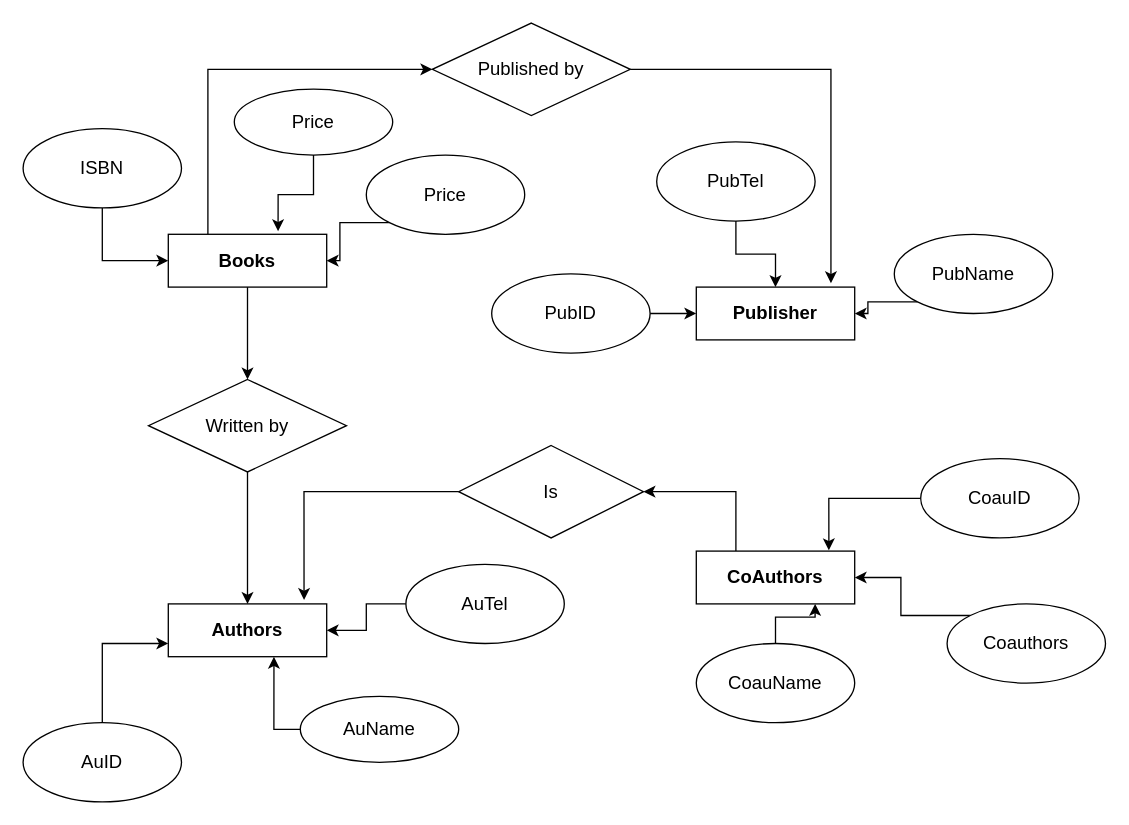
Above: libraryDB ERD.drawio in Navyn27/ER-Diagrams-class-task (draw.io), before the change. Source tidied: cells renumbered, new cells numbered last; positions are measured from the earlier drawing's top-left corner, leaving out a move shared by most shapes. Both pictures are drawn from the tidied source at 132%, with x=0, y=0 at pixel (22, 22).
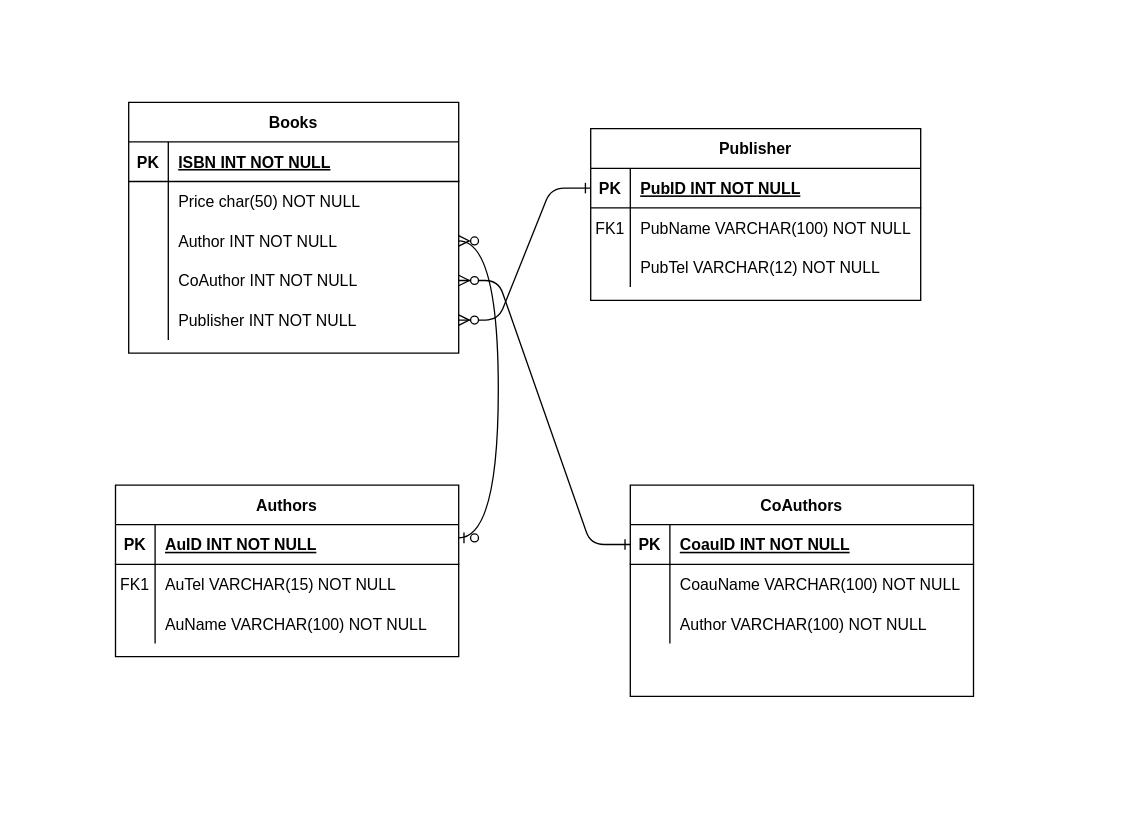
The same page after the edit.

The edit, as a diff of the source:
```diff
@@
-    <mxCell id="2" style="edgeStyle=orthogonalEdgeStyle;rounded=0;jettySize=auto;html=1;exitX=0.5;exitY=1;exitDx=0;exitDy=0;entryX=0.5;entryY=0;entryDx=0;entryDy=0;fontSize=14;" parent="1" edge="1" source="4" target="38">
-      <mxGeometry relative="1" as="geometry" />
-    </mxCell>
-    <mxCell id="3" style="edgeStyle=orthogonalEdgeStyle;rounded=0;jettySize=auto;html=1;exitX=0.25;exitY=0;exitDx=0;exitDy=0;entryX=0;entryY=0.5;entryDx=0;entryDy=0;fontSize=14;" parent="1" edge="1" source="4" target="36">
-      <mxGeometry relative="1" as="geometry" />
-    </mxCell>
+    <mxCell id="39" style="edgeStyle=entityRelationEdgeStyle;endArrow=ERzeroToMany;startArrow=ERone;endFill=1;startFill=0;exitX=0;exitY=0.5;exitDx=0;exitDy=0;entryX=1;entryY=0.5;entryDx=0;entryDy=0;" parent="1" edge="1" source="40" target="70">
+      <mxGeometry relative="1" as="geometry" />
+    </mxCell>
+    <mxCell id="5" value="Publisher" style="shape=table;startSize=30;childLayout=tableLayout;rowLines=0;fontStyle=1;align=center;" parent="1" vertex="1">
+      <mxGeometry x="430" y="80" width="250" height="130" as="geometry" />
+    </mxCell>
+    <mxCell id="40" style="shape=partialRectangle;fillColor=none;points=[[0,0.5],[1,0.5]];portConstraint=eastwest;top=0;left=0;right=0;bottom=1;" parent="5" vertex="1">
+      <mxGeometry y="30" width="250" height="30" as="geometry" />
+    </mxCell>
+    <mxCell id="41" value="PK" style="shape=partialRectangle;overflow=hidden;fillColor=none;top=0;left=0;bottom=0;right=0;fontStyle=1;" parent="40" vertex="1">
+      <mxGeometry width="30" height="30" as="geometry" />
+    </mxCell>
+    <mxCell id="42" value="PubID INT NOT NULL " style="shape=partialRectangle;overflow=hidden;fillColor=none;top=0;left=0;bottom=0;right=0;align=left;spacingLeft=6;fontStyle=5;" parent="40" vertex="1">
+      <mxGeometry x="30" width="220" height="30" as="geometry" />
+    </mxCell>
+    <mxCell id="43" style="shape=partialRectangle;fillColor=none;top=0;left=0;right=0;bottom=0;" parent="5" vertex="1">
+      <mxGeometry y="60" width="250" height="30" as="geometry" />
+    </mxCell>
+    <mxCell id="44" value="FK1" style="shape=partialRectangle;overflow=hidden;fillColor=none;top=0;left=0;bottom=0;right=0;" parent="43" vertex="1">
+      <mxGeometry width="30" height="30" as="geometry" />
+    </mxCell>
+    <mxCell id="45" value="PubName VARCHAR(100) NOT NULL" style="shape=partialRectangle;overflow=hidden;fillColor=none;top=0;left=0;bottom=0;right=0;align=left;spacingLeft=6;" parent="43" vertex="1">
+      <mxGeometry x="30" width="220" height="30" as="geometry" />
+    </mxCell>
+    <mxCell id="46" style="shape=partialRectangle;fillColor=none;top=0;left=0;right=0;bottom=0;" parent="5" vertex="1">
+      <mxGeometry y="90" width="250" height="30" as="geometry" />
+    </mxCell>
+    <mxCell id="47" style="shape=partialRectangle;overflow=hidden;fillColor=none;top=0;left=0;bottom=0;right=0;" parent="46" vertex="1">
+      <mxGeometry width="30" height="30" as="geometry" />
+    </mxCell>
+    <mxCell id="48" value="PubTel VARCHAR(12) NOT NULL" style="shape=partialRectangle;overflow=hidden;fillColor=none;top=0;left=0;bottom=0;right=0;align=left;spacingLeft=6;" parent="46" vertex="1">
+      <mxGeometry x="30" width="220" height="30" as="geometry" />
+    </mxCell>
+    <mxCell id="8" value="CoAuthors" style="shape=table;startSize=30;childLayout=tableLayout;rowLines=0;fontStyle=1;align=center;" parent="1" vertex="1">
+      <mxGeometry x="460" y="350" width="260" height="160" as="geometry" />
+    </mxCell>
+    <mxCell id="49" style="shape=partialRectangle;fillColor=none;points=[[0,0.5],[1,0.5]];portConstraint=eastwest;top=0;left=0;right=0;bottom=1;" parent="8" vertex="1">
+      <mxGeometry y="30" width="260" height="30" as="geometry" />
+    </mxCell>
+    <mxCell id="50" value="PK" style="shape=partialRectangle;overflow=hidden;fillColor=none;top=0;left=0;bottom=0;right=0;fontStyle=1;" parent="49" vertex="1">
+      <mxGeometry width="30" height="30" as="geometry" />
+    </mxCell>
+    <mxCell id="51" value="CoauID INT NOT NULL " style="shape=partialRectangle;overflow=hidden;fillColor=none;top=0;left=0;bottom=0;right=0;align=left;spacingLeft=6;fontStyle=5;" parent="49" vertex="1">
+      <mxGeometry x="30" width="230" height="30" as="geometry" />
+    </mxCell>
+    <mxCell id="52" style="shape=partialRectangle;fillColor=none;top=0;left=0;right=0;bottom=0;" parent="8" vertex="1">
+      <mxGeometry y="60" width="260" height="30" as="geometry" />
+    </mxCell>
+    <mxCell id="53" style="shape=partialRectangle;overflow=hidden;fillColor=none;top=0;left=0;bottom=0;right=0;" parent="52" vertex="1">
+      <mxGeometry width="30" height="30" as="geometry" />
+    </mxCell>
+    <mxCell id="54" value="CoauName VARCHAR(100) NOT NULL" style="shape=partialRectangle;overflow=hidden;fillColor=none;top=0;left=0;bottom=0;right=0;align=left;spacingLeft=6;" parent="52" vertex="1">
+      <mxGeometry x="30" width="230" height="30" as="geometry" />
+    </mxCell>
+    <mxCell id="55" style="shape=partialRectangle;fillColor=none;top=0;left=0;right=0;bottom=0;" parent="8" vertex="1">
+      <mxGeometry y="90" width="260" height="30" as="geometry" />
+    </mxCell>
+    <mxCell id="56" style="shape=partialRectangle;overflow=hidden;fillColor=none;top=0;left=0;bottom=0;right=0;" parent="55" vertex="1">
+      <mxGeometry width="30" height="30" as="geometry" />
+    </mxCell>
+    <mxCell id="57" value="Author VARCHAR(100) NOT NULL" style="shape=partialRectangle;overflow=hidden;fillColor=none;top=0;left=0;bottom=0;right=0;align=left;spacingLeft=6;" parent="55" vertex="1">
+      <mxGeometry x="30" width="230" height="30" as="geometry" />
+    </mxCell>
-    <mxCell id="4" value="&lt;b&gt;&lt;font style=&quot;font-size: 14px&quot;&gt;Books&lt;/font&gt;&lt;/b&gt;" style="rounded=0;whiteSpace=wrap;html=1;" parent="1" vertex="1">
-      <mxGeometry x="110" y="160" width="120" height="40" as="geometry" />
+    <mxCell id="4" value="Books" style="shape=table;startSize=30;childLayout=tableLayout;rowLines=0;fontStyle=1;align=center;" parent="1" vertex="1">
+      <mxGeometry x="80" y="60" width="250" height="190" as="geometry" />
     </mxCell>
-    <mxCell id="5" value="&lt;b&gt;&lt;font style=&quot;font-size: 14px&quot;&gt;Publisher&lt;/font&gt;&lt;/b&gt;" style="rounded=0;whiteSpace=wrap;html=1;" parent="1" vertex="1">
-      <mxGeometry x="510" y="200" width="120" height="40" as="geometry" />
-    </mxCell>
+    <mxCell id="58" style="shape=partialRectangle;fillColor=none;top=0;left=0;right=0;bottom=1;" parent="4" vertex="1">
+      <mxGeometry y="30" width="250" height="30" as="geometry" />
+    </mxCell>
+    <mxCell id="59" value="PK" style="shape=partialRectangle;overflow=hidden;fillColor=none;top=0;left=0;bottom=0;right=0;fontStyle=1;" parent="58" vertex="1">
+      <mxGeometry width="30" height="30" as="geometry" />
+    </mxCell>
+    <mxCell id="60" value="ISBN INT NOT NULL " style="shape=partialRectangle;overflow=hidden;fillColor=none;top=0;left=0;bottom=0;right=0;align=left;spacingLeft=6;fontStyle=5;" parent="58" vertex="1">
+      <mxGeometry x="30" width="220" height="30" as="geometry" />
+    </mxCell>
+    <mxCell id="61" style="shape=partialRectangle;fillColor=none;top=0;left=0;right=0;bottom=0;" parent="4" vertex="1">
+      <mxGeometry y="60" width="250" height="30" as="geometry" />
+    </mxCell>
+    <mxCell id="62" style="shape=partialRectangle;overflow=hidden;fillColor=none;top=0;left=0;bottom=0;right=0;" parent="61" vertex="1">
+      <mxGeometry width="30" height="30" as="geometry" />
+    </mxCell>
+    <mxCell id="63" value="Price char(50) NOT NULL" style="shape=partialRectangle;overflow=hidden;fillColor=none;top=0;left=0;bottom=0;right=0;align=left;spacingLeft=6;" parent="61" vertex="1">
+      <mxGeometry x="30" width="220" height="30" as="geometry" />
+    </mxCell>
+    <mxCell id="64" style="shape=partialRectangle;fillColor=none;points=[[0,0.5],[1,0.5]];portConstraint=eastwest;top=0;left=0;right=0;bottom=0;" parent="4" vertex="1">
+      <mxGeometry y="90" width="250" height="30" as="geometry" />
+    </mxCell>
+    <mxCell id="65" style="shape=partialRectangle;overflow=hidden;fillColor=none;top=0;left=0;bottom=0;right=0;" parent="64" vertex="1">
+      <mxGeometry width="30" height="30" as="geometry" />
+    </mxCell>
+    <mxCell id="66" value="Author INT NOT NULL" style="shape=partialRectangle;overflow=hidden;fillColor=none;top=0;left=0;bottom=0;right=0;align=left;spacingLeft=6;" parent="64" vertex="1">
+      <mxGeometry x="30" width="220" height="30" as="geometry" />
+    </mxCell>
+    <mxCell id="67" style="shape=partialRectangle;fillColor=none;points=[[0,0.5],[1,0.5]];portConstraint=eastwest;top=0;left=0;right=0;bottom=0;" parent="4" vertex="1">
+      <mxGeometry y="120" width="250" height="30" as="geometry" />
+    </mxCell>
+    <mxCell id="68" style="shape=partialRectangle;overflow=hidden;fillColor=none;top=0;left=0;bottom=0;right=0;" parent="67" vertex="1">
+      <mxGeometry width="30" height="30" as="geometry" />
+    </mxCell>
+    <mxCell id="69" value="CoAuthor INT NOT NULL" style="shape=partialRectangle;overflow=hidden;fillColor=none;top=0;left=0;bottom=0;right=0;align=left;spacingLeft=6;" parent="67" vertex="1">
+      <mxGeometry x="30" width="220" height="30" as="geometry" />
+    </mxCell>
+    <mxCell id="70" style="shape=partialRectangle;fillColor=none;points=[[0,0.5],[1,0.5]];portConstraint=eastwest;top=0;left=0;right=0;bottom=0;" parent="4" vertex="1">
+      <mxGeometry y="150" width="250" height="30" as="geometry" />
+    </mxCell>
+    <mxCell id="71" style="shape=partialRectangle;overflow=hidden;fillColor=none;top=0;left=0;bottom=0;right=0;" parent="70" vertex="1">
+      <mxGeometry width="30" height="30" as="geometry" />
+    </mxCell>
+    <mxCell id="72" value="Publisher INT NOT NULL" style="shape=partialRectangle;overflow=hidden;fillColor=none;top=0;left=0;bottom=0;right=0;align=left;spacingLeft=6;" parent="70" vertex="1">
+      <mxGeometry x="30" width="220" height="30" as="geometry" />
+    </mxCell>
-    <mxCell id="6" value="&lt;b&gt;Authors&lt;/b&gt;" style="rounded=0;whiteSpace=wrap;html=1;fontSize=14;" parent="1" vertex="1">
-      <mxGeometry x="110" y="440" width="120" height="40" as="geometry" />
+    <mxCell id="6" value="Authors" style="shape=table;startSize=30;childLayout=tableLayout;rowLines=0;fontStyle=1;align=center;" parent="1" vertex="1">
+      <mxGeometry x="70" y="350" width="260" height="130" as="geometry" />
     </mxCell>
-    <mxCell id="7" style="edgeStyle=orthogonalEdgeStyle;rounded=0;jettySize=auto;html=1;exitX=0.25;exitY=0;exitDx=0;exitDy=0;entryX=1;entryY=0.5;entryDx=0;entryDy=0;fontSize=14;" parent="1" edge="1" source="8" target="34">
-      <mxGeometry relative="1" as="geometry" />
-    </mxCell>
-    <mxCell id="8" value="&lt;b&gt;CoAuthors&lt;/b&gt;" style="rounded=0;whiteSpace=wrap;html=1;fontSize=14;" parent="1" vertex="1">
-      <mxGeometry x="510" y="400" width="120" height="40" as="geometry" />
-    </mxCell>
-    <mxCell id="9" style="edgeStyle=orthogonalEdgeStyle;rounded=0;jettySize=auto;html=1;exitX=0.5;exitY=1;exitDx=0;exitDy=0;entryX=0.693;entryY=-0.06;entryDx=0;entryDy=0;entryPerimeter=0;fontSize=14;" parent="1" edge="1" source="10" target="4">
-      <mxGeometry relative="1" as="geometry" />
-    </mxCell>
-    <mxCell id="10" value="Price" style="ellipse;whiteSpace=wrap;html=1;fontSize=14;" parent="1" vertex="1">
-      <mxGeometry x="160" y="50" width="120" height="50" as="geometry" />
-    </mxCell>
-    <mxCell id="11" style="edgeStyle=orthogonalEdgeStyle;rounded=0;jettySize=auto;html=1;exitX=0;exitY=1;exitDx=0;exitDy=0;entryX=1;entryY=0.5;entryDx=0;entryDy=0;fontSize=14;" parent="1" edge="1" source="12" target="4">
-      <mxGeometry relative="1" as="geometry" />
-    </mxCell>
-    <mxCell id="12" value="Price" style="ellipse;whiteSpace=wrap;html=1;fontSize=14;" parent="1" vertex="1">
-      <mxGeometry x="260" y="100" width="120" height="60" as="geometry" />
-    </mxCell>
-    <mxCell id="13" style="edgeStyle=orthogonalEdgeStyle;rounded=0;jettySize=auto;html=1;exitX=0.5;exitY=1;exitDx=0;exitDy=0;entryX=0;entryY=0.5;entryDx=0;entryDy=0;fontSize=14;" parent="1" edge="1" source="14" target="4">
-      <mxGeometry relative="1" as="geometry" />
-    </mxCell>
-    <mxCell id="14" value="ISBN" style="ellipse;whiteSpace=wrap;html=1;fontSize=14;" parent="1" vertex="1">
-      <mxGeometry y="80" width="120" height="60" as="geometry" />
-    </mxCell>
-    <mxCell id="15" style="edgeStyle=orthogonalEdgeStyle;rounded=0;jettySize=auto;html=1;exitX=0.5;exitY=1;exitDx=0;exitDy=0;entryX=0.5;entryY=0;entryDx=0;entryDy=0;fontSize=14;" parent="1" edge="1" source="16" target="5">
-      <mxGeometry relative="1" as="geometry" />
-    </mxCell>
-    <mxCell id="16" value="PubTel" style="ellipse;whiteSpace=wrap;html=1;fontSize=14;" parent="1" vertex="1">
-      <mxGeometry x="480" y="90" width="120" height="60" as="geometry" />
-    </mxCell>
-    <mxCell id="17" style="edgeStyle=orthogonalEdgeStyle;rounded=0;jettySize=auto;html=1;exitX=1;exitY=0.5;exitDx=0;exitDy=0;entryX=0;entryY=0.5;entryDx=0;entryDy=0;fontSize=14;" parent="1" edge="1" source="18" target="5">
-      <mxGeometry relative="1" as="geometry" />
-    </mxCell>
-    <mxCell id="18" value="PubID" style="ellipse;whiteSpace=wrap;html=1;fontSize=14;" parent="1" vertex="1">
-      <mxGeometry x="355" y="190" width="120" height="60" as="geometry" />
-    </mxCell>
-    <mxCell id="19" style="edgeStyle=orthogonalEdgeStyle;rounded=0;jettySize=auto;html=1;exitX=0;exitY=1;exitDx=0;exitDy=0;entryX=1;entryY=0.5;entryDx=0;entryDy=0;fontSize=14;" parent="1" edge="1" source="20" target="5">
-      <mxGeometry relative="1" as="geometry" />
-    </mxCell>
-    <mxCell id="20" value="PubName" style="ellipse;whiteSpace=wrap;html=1;fontSize=14;" parent="1" vertex="1">
-      <mxGeometry x="660" y="160" width="120" height="60" as="geometry" />
-    </mxCell>
-    <mxCell id="21" style="edgeStyle=orthogonalEdgeStyle;rounded=0;jettySize=auto;html=1;exitX=0;exitY=0.5;exitDx=0;exitDy=0;entryX=0.837;entryY=-0.015;entryDx=0;entryDy=0;entryPerimeter=0;fontSize=14;" parent="1" edge="1" source="22" target="8">
-      <mxGeometry relative="1" as="geometry" />
-    </mxCell>
-    <mxCell id="22" value="CoauID" style="ellipse;whiteSpace=wrap;html=1;fontSize=14;" parent="1" vertex="1">
-      <mxGeometry x="680" y="330" width="120" height="60" as="geometry" />
-    </mxCell>
-    <mxCell id="23" style="edgeStyle=orthogonalEdgeStyle;rounded=0;jettySize=auto;html=1;exitX=0.5;exitY=0;exitDx=0;exitDy=0;entryX=0.75;entryY=1;entryDx=0;entryDy=0;fontSize=14;" parent="1" edge="1" source="24" target="8">
-      <mxGeometry relative="1" as="geometry" />
-    </mxCell>
-    <mxCell id="24" value="CoauName" style="ellipse;whiteSpace=wrap;html=1;fontSize=14;" parent="1" vertex="1">
-      <mxGeometry x="510" y="470" width="120" height="60" as="geometry" />
-    </mxCell>
-    <mxCell id="25" style="edgeStyle=orthogonalEdgeStyle;rounded=0;jettySize=auto;html=1;exitX=0;exitY=0;exitDx=0;exitDy=0;fontSize=14;" parent="1" edge="1" source="26" target="8">
-      <mxGeometry relative="1" as="geometry" />
-    </mxCell>
-    <mxCell id="26" value="Coauthors&lt;br&gt;" style="ellipse;whiteSpace=wrap;html=1;fontSize=14;" parent="1" vertex="1">
-      <mxGeometry x="700" y="440" width="120" height="60" as="geometry" />
-    </mxCell>
-    <mxCell id="27" style="edgeStyle=orthogonalEdgeStyle;rounded=0;jettySize=auto;html=1;exitX=0.5;exitY=0;exitDx=0;exitDy=0;entryX=0;entryY=0.75;entryDx=0;entryDy=0;fontSize=14;" parent="1" edge="1" source="28" target="6">
-      <mxGeometry relative="1" as="geometry" />
-    </mxCell>
-    <mxCell id="28" value="AuID" style="ellipse;whiteSpace=wrap;html=1;fontSize=14;" parent="1" vertex="1">
-      <mxGeometry y="530" width="120" height="60" as="geometry" />
-    </mxCell>
-    <mxCell id="29" style="edgeStyle=orthogonalEdgeStyle;rounded=0;jettySize=auto;html=1;exitX=0;exitY=0.5;exitDx=0;exitDy=0;entryX=0.667;entryY=1;entryDx=0;entryDy=0;entryPerimeter=0;fontSize=14;" parent="1" edge="1" source="30" target="6">
-      <mxGeometry relative="1" as="geometry" />
-    </mxCell>
-    <mxCell id="30" value="AuName" style="ellipse;whiteSpace=wrap;html=1;fontSize=14;" parent="1" vertex="1">
-      <mxGeometry x="210" y="510" width="120" height="50" as="geometry" />
-    </mxCell>
-    <mxCell id="31" style="edgeStyle=orthogonalEdgeStyle;rounded=0;jettySize=auto;html=1;exitX=0;exitY=0.5;exitDx=0;exitDy=0;fontSize=14;" parent="1" edge="1" source="32" target="6">
-      <mxGeometry relative="1" as="geometry" />
-    </mxCell>
-    <mxCell id="32" value="AuTel" style="ellipse;whiteSpace=wrap;html=1;fontSize=14;" parent="1" vertex="1">
-      <mxGeometry x="290" y="410" width="120" height="60" as="geometry" />
-    </mxCell>
-    <mxCell id="33" style="edgeStyle=orthogonalEdgeStyle;rounded=0;jettySize=auto;html=1;exitX=0;exitY=0.5;exitDx=0;exitDy=0;entryX=0.857;entryY=-0.075;entryDx=0;entryDy=0;entryPerimeter=0;fontSize=14;" parent="1" edge="1" source="34" target="6">
-      <mxGeometry relative="1" as="geometry" />
-    </mxCell>
-    <mxCell id="34" value="Is" style="rhombus;whiteSpace=wrap;html=1;fontSize=14;" parent="1" vertex="1">
-      <mxGeometry x="330" y="320" width="140" height="70" as="geometry" />
-    </mxCell>
-    <mxCell id="35" style="edgeStyle=orthogonalEdgeStyle;rounded=0;jettySize=auto;html=1;entryX=0.85;entryY=-0.075;entryDx=0;entryDy=0;entryPerimeter=0;fontSize=14;" parent="1" edge="1" source="36" target="5">
-      <mxGeometry relative="1" as="geometry" />
-    </mxCell>
-    <mxCell id="36" value="Published by" style="rhombus;whiteSpace=wrap;html=1;fontSize=14;" parent="1" vertex="1">
-      <mxGeometry x="310" width="150" height="70" as="geometry" />
-    </mxCell>
-    <mxCell id="37" style="edgeStyle=orthogonalEdgeStyle;rounded=0;jettySize=auto;html=1;exitX=0.5;exitY=1;exitDx=0;exitDy=0;fontSize=14;" parent="1" edge="1" source="38" target="6">
-      <mxGeometry relative="1" as="geometry" />
-    </mxCell>
-    <mxCell id="38" value="Written by" style="rhombus;whiteSpace=wrap;html=1;fontSize=14;" parent="1" vertex="1">
-      <mxGeometry x="95" y="270" width="150" height="70" as="geometry" />
-    </mxCell>
+    <mxCell id="73" style="shape=partialRectangle;fillColor=none;top=0;left=0;right=0;bottom=1;" parent="6" vertex="1">
+      <mxGeometry y="30" width="260" height="30" as="geometry" />
+    </mxCell>
+    <mxCell id="74" value="PK" style="shape=partialRectangle;overflow=hidden;fillColor=none;top=0;left=0;bottom=0;right=0;fontStyle=1;" parent="73" vertex="1">
+      <mxGeometry width="30" height="30" as="geometry" />
+    </mxCell>
+    <mxCell id="75" value="AuID INT NOT NULL " style="shape=partialRectangle;overflow=hidden;fillColor=none;top=0;left=0;bottom=0;right=0;align=left;spacingLeft=6;fontStyle=5;" parent="73" vertex="1">
+      <mxGeometry x="30" width="230" height="30" as="geometry" />
+    </mxCell>
+    <mxCell id="76" style="shape=partialRectangle;fillColor=none;top=0;left=0;right=0;bottom=0;" parent="6" vertex="1">
+      <mxGeometry y="60" width="260" height="30" as="geometry" />
+    </mxCell>
+    <mxCell id="77" value="FK1" style="shape=partialRectangle;overflow=hidden;fillColor=none;top=0;left=0;bottom=0;right=0;" parent="76" vertex="1">
+      <mxGeometry width="30" height="30" as="geometry" />
+    </mxCell>
+    <mxCell id="78" value="AuTel VARCHAR(15) NOT NULL" style="shape=partialRectangle;overflow=hidden;fillColor=none;top=0;left=0;bottom=0;right=0;align=left;spacingLeft=6;" parent="76" vertex="1">
+      <mxGeometry x="30" width="230" height="30" as="geometry" />
+    </mxCell>
+    <mxCell id="79" style="shape=partialRectangle;fillColor=none;top=0;left=0;right=0;bottom=0;" parent="6" vertex="1">
+      <mxGeometry y="90" width="260" height="30" as="geometry" />
+    </mxCell>
+    <mxCell id="80" style="shape=partialRectangle;overflow=hidden;fillColor=none;top=0;left=0;bottom=0;right=0;" parent="79" vertex="1">
+      <mxGeometry width="30" height="30" as="geometry" />
+    </mxCell>
+    <mxCell id="81" value="AuName VARCHAR(100) NOT NULL" style="shape=partialRectangle;overflow=hidden;fillColor=none;top=0;left=0;bottom=0;right=0;align=left;spacingLeft=6;" parent="79" vertex="1">
+      <mxGeometry x="30" width="230" height="30" as="geometry" />
+    </mxCell>
+    <mxCell id="82" style="edgeStyle=entityRelationEdgeStyle;fontSize=12;html=1;endArrow=ERzeroToMany;startArrow=ERzeroToOne;curved=1;entryX=1;entryY=0.5;entryDx=0;entryDy=0;" parent="1" edge="1" target="64">
+      <mxGeometry relative="1" as="geometry">
+        <mxPoint x="330" y="390" as="sourcePoint" />
+      </mxGeometry>
+    </mxCell>
+    <mxCell id="83" style="edgeStyle=entityRelationEdgeStyle;endArrow=ERzeroToMany;startArrow=ERone;endFill=1;startFill=0;exitX=0;exitY=0.5;exitDx=0;exitDy=0;entryX=1;entryY=0.5;entryDx=0;entryDy=0;" parent="1" edge="1" source="49" target="67">
+      <mxGeometry relative="1" as="geometry" />
+    </mxCell>
```
